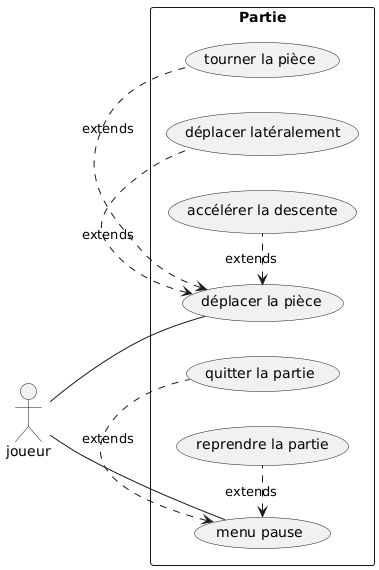
Before: SRD-DOC/uml/usescase/en-jeu/endless.png, a diagram exported from PlantUML (ulb-info2-group5/Royal-Blocks).
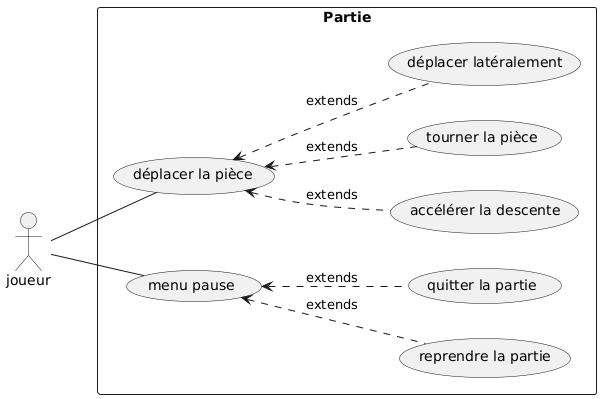
The same diagram one commit later.

Commit message:
fixing in game usecases

The edit, as a diff of the source:
```diff
@@ -19,12 +19,12 @@
 player -- move_piece
 player -- pause_menu
 
-(move_piece) <. (lateral_movement): extends
-(move_piece) <. (increase_descent): extends
-(move_piece) <. (rotate_piece): extends
+(move_piece) <-. (lateral_movement): extends
+(move_piece) <-. (increase_descent): extends
+(move_piece) <-. (rotate_piece): extends
 
-(pause_menu) <. (resume_game): extends
-(pause_menu) <. (quit_game): extends
+(pause_menu) <-. (resume_game): extends
+(pause_menu) <-. (quit_game): extends
 
 
 @enduml
```
